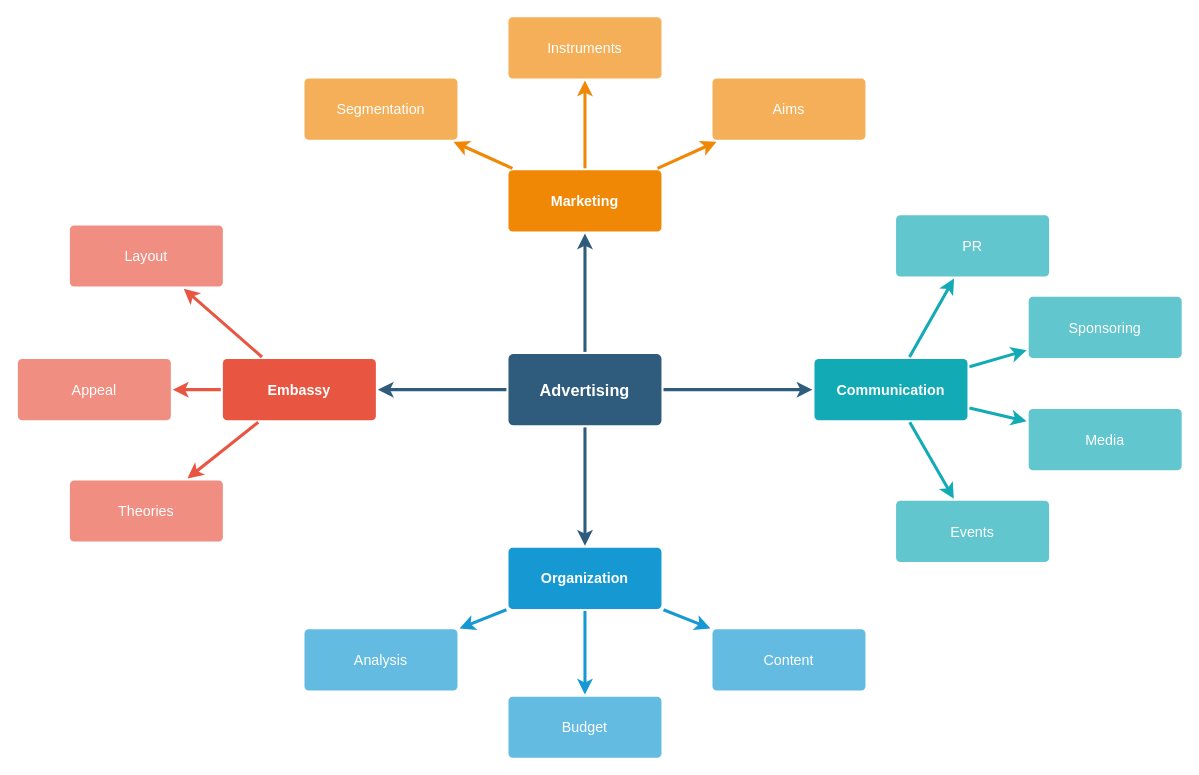
The draw.io diagram Untitled Diagram.drawio in anthonynwaweru/Book-List, before the edit. Source tidied: cells renumbered, new cells numbered last; positions are measured from the earlier drawing's top-left corner, leaving out a move shared by most shapes. Both pictures are drawn from the tidied source at 102%, with x=0, y=0 at pixel (17, 16).
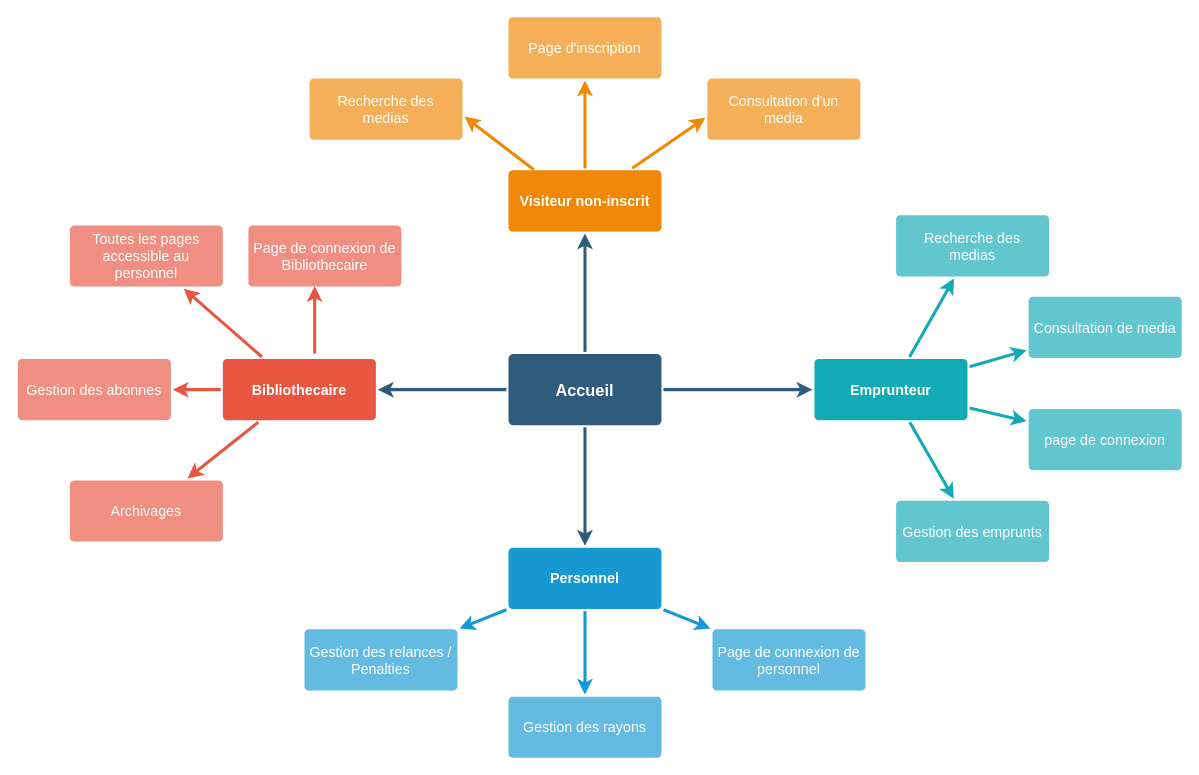
After the change.

Change to the diagram source:
```diff
@@
-    <mxCell id="6" value="Advertising" style="rounded=1;whiteSpace=wrap;html=1;shadow=0;labelBackgroundColor=none;strokeColor=none;strokeWidth=3;fillColor=#2F5B7C;fontFamily=Helvetica;fontSize=16;fontColor=#FFFFFF;align=center;fontStyle=1;spacing=5;arcSize=7;perimeterSpacing=2;" parent="1" vertex="1">
+    <mxCell id="6" value="Accueil" style="rounded=1;whiteSpace=wrap;html=1;shadow=0;labelBackgroundColor=none;strokeColor=none;strokeWidth=3;fillColor=#2F5B7C;fontFamily=Helvetica;fontSize=16;fontColor=#FFFFFF;align=center;fontStyle=1;spacing=5;arcSize=7;perimeterSpacing=2;" parent="1" vertex="1">
       <mxGeometry x="481" y="330.5" width="150" height="70" as="geometry" />
     </mxCell>
@@
-    <mxCell id="10" value="Embassy" style="rounded=1;whiteSpace=wrap;html=1;shadow=0;labelBackgroundColor=none;strokeColor=none;strokeWidth=3;fillColor=#e85642;fontFamily=Helvetica;fontSize=14;fontColor=#FFFFFF;align=center;spacing=5;fontStyle=1;arcSize=7;perimeterSpacing=2;" parent="1" vertex="1">
+    <mxCell id="10" value="Bibliothecaire" style="rounded=1;whiteSpace=wrap;html=1;shadow=0;labelBackgroundColor=none;strokeColor=none;strokeWidth=3;fillColor=#e85642;fontFamily=Helvetica;fontSize=14;fontColor=#FFFFFF;align=center;spacing=5;fontStyle=1;arcSize=7;perimeterSpacing=2;" parent="1" vertex="1">
       <mxGeometry x="201" y="335.5" width="150" height="60" as="geometry" />
     </mxCell>
-    <mxCell id="11" value="Theories" style="rounded=1;whiteSpace=wrap;html=1;shadow=0;labelBackgroundColor=none;strokeColor=none;strokeWidth=3;fillColor=#f08e81;fontFamily=Helvetica;fontSize=14;fontColor=#FFFFFF;align=center;spacing=5;fontStyle=0;arcSize=7;perimeterSpacing=2;" parent="1" vertex="1">
+    <mxCell id="11" value="Archivages" style="rounded=1;whiteSpace=wrap;html=1;shadow=0;labelBackgroundColor=none;strokeColor=none;strokeWidth=3;fillColor=#f08e81;fontFamily=Helvetica;fontSize=14;fontColor=#FFFFFF;align=center;spacing=5;fontStyle=0;arcSize=7;perimeterSpacing=2;" parent="1" vertex="1">
       <mxGeometry x="51" y="454.5" width="150" height="60" as="geometry" />
     </mxCell>
-    <mxCell id="12" value="Appeal" style="rounded=1;whiteSpace=wrap;html=1;shadow=0;labelBackgroundColor=none;strokeColor=none;strokeWidth=3;fillColor=#f08e81;fontFamily=Helvetica;fontSize=14;fontColor=#FFFFFF;align=center;spacing=5;fontStyle=0;arcSize=7;perimeterSpacing=2;" parent="1" vertex="1">
+    <mxCell id="12" value="Gestion des abonnes" style="rounded=1;whiteSpace=wrap;html=1;shadow=0;labelBackgroundColor=none;strokeColor=none;strokeWidth=3;fillColor=#f08e81;fontFamily=Helvetica;fontSize=14;fontColor=#FFFFFF;align=center;spacing=5;fontStyle=0;arcSize=7;perimeterSpacing=2;" parent="1" vertex="1">
       <mxGeometry y="335.5" width="150" height="60" as="geometry" />
     </mxCell>
-    <mxCell id="13" value="Layout" style="rounded=1;whiteSpace=wrap;html=1;shadow=0;labelBackgroundColor=none;strokeColor=none;strokeWidth=3;fillColor=#f08e81;fontFamily=Helvetica;fontSize=14;fontColor=#FFFFFF;align=center;spacing=5;fontStyle=0;arcSize=7;perimeterSpacing=2;" parent="1" vertex="1">
+    <mxCell id="13" value="Toutes les pages accessible au personnel" style="rounded=1;whiteSpace=wrap;html=1;shadow=0;labelBackgroundColor=none;strokeColor=none;strokeWidth=3;fillColor=#f08e81;fontFamily=Helvetica;fontSize=14;fontColor=#FFFFFF;align=center;spacing=5;fontStyle=0;arcSize=7;perimeterSpacing=2;" parent="1" vertex="1">
       <mxGeometry x="51" y="204.5" width="150" height="60" as="geometry" />
     </mxCell>
@@
-    <mxCell id="17" value="Organization" style="rounded=1;whiteSpace=wrap;html=1;shadow=0;labelBackgroundColor=none;strokeColor=none;strokeWidth=3;fillColor=#1699d3;fontFamily=Helvetica;fontSize=14;fontColor=#FFFFFF;align=center;spacing=5;fontStyle=1;arcSize=7;perimeterSpacing=2;" parent="1" vertex="1">
+    <mxCell id="17" value="Personnel" style="rounded=1;whiteSpace=wrap;html=1;shadow=0;labelBackgroundColor=none;strokeColor=none;strokeWidth=3;fillColor=#1699d3;fontFamily=Helvetica;fontSize=14;fontColor=#FFFFFF;align=center;spacing=5;fontStyle=1;arcSize=7;perimeterSpacing=2;" parent="1" vertex="1">
       <mxGeometry x="481" y="520.5" width="150" height="60" as="geometry" />
     </mxCell>
-    <mxCell id="18" value="Content" style="rounded=1;whiteSpace=wrap;html=1;shadow=0;labelBackgroundColor=none;strokeColor=none;strokeWidth=3;fillColor=#64bbe2;fontFamily=Helvetica;fontSize=14;fontColor=#FFFFFF;align=center;spacing=5;arcSize=7;perimeterSpacing=2;" parent="1" vertex="1">
+    <mxCell id="18" value="Page de connexion de personnel" style="rounded=1;whiteSpace=wrap;html=1;shadow=0;labelBackgroundColor=none;strokeColor=none;strokeWidth=3;fillColor=#64bbe2;fontFamily=Helvetica;fontSize=14;fontColor=#FFFFFF;align=center;spacing=5;arcSize=7;perimeterSpacing=2;" parent="1" vertex="1">
       <mxGeometry x="681" y="600.5" width="150" height="60" as="geometry" />
     </mxCell>
-    <mxCell id="19" value="Budget" style="rounded=1;whiteSpace=wrap;html=1;shadow=0;labelBackgroundColor=none;strokeColor=none;strokeWidth=3;fillColor=#64bbe2;fontFamily=Helvetica;fontSize=14;fontColor=#FFFFFF;align=center;spacing=5;arcSize=7;perimeterSpacing=2;" parent="1" vertex="1">
+    <mxCell id="19" value="Gestion des rayons" style="rounded=1;whiteSpace=wrap;html=1;shadow=0;labelBackgroundColor=none;strokeColor=none;strokeWidth=3;fillColor=#64bbe2;fontFamily=Helvetica;fontSize=14;fontColor=#FFFFFF;align=center;spacing=5;arcSize=7;perimeterSpacing=2;" parent="1" vertex="1">
       <mxGeometry x="481" y="666.5" width="150" height="60" as="geometry" />
     </mxCell>
-    <mxCell id="20" value="Analysis" style="rounded=1;whiteSpace=wrap;html=1;shadow=0;labelBackgroundColor=none;strokeColor=none;strokeWidth=3;fillColor=#64bbe2;fontFamily=Helvetica;fontSize=14;fontColor=#FFFFFF;align=center;spacing=5;arcSize=7;perimeterSpacing=2;" parent="1" vertex="1">
+    <mxCell id="20" value="Gestion des relances / Penalties" style="rounded=1;whiteSpace=wrap;html=1;shadow=0;labelBackgroundColor=none;strokeColor=none;strokeWidth=3;fillColor=#64bbe2;fontFamily=Helvetica;fontSize=14;fontColor=#FFFFFF;align=center;spacing=5;arcSize=7;perimeterSpacing=2;" parent="1" vertex="1">
       <mxGeometry x="281" y="600.5" width="150" height="60" as="geometry" />
     </mxCell>
-    <mxCell id="21" value="Marketing" style="rounded=1;whiteSpace=wrap;html=1;shadow=0;labelBackgroundColor=none;strokeColor=none;strokeWidth=3;fillColor=#F08705;fontFamily=Helvetica;fontSize=14;fontColor=#FFFFFF;align=center;spacing=5;fontStyle=1;arcSize=7;perimeterSpacing=2;" parent="1" vertex="1">
+    <mxCell id="21" value="Visiteur non-inscrit" style="rounded=1;whiteSpace=wrap;html=1;shadow=0;labelBackgroundColor=none;strokeColor=none;strokeWidth=3;fillColor=#F08705;fontFamily=Helvetica;fontSize=14;fontColor=#FFFFFF;align=center;spacing=5;fontStyle=1;arcSize=7;perimeterSpacing=2;" parent="1" vertex="1">
       <mxGeometry x="481" y="150.5" width="150" height="60" as="geometry" />
     </mxCell>
-    <mxCell id="22" value="Aims&lt;br&gt;" style="rounded=1;whiteSpace=wrap;html=1;shadow=0;labelBackgroundColor=none;strokeColor=none;strokeWidth=3;fillColor=#f5af58;fontFamily=Helvetica;fontSize=14;fontColor=#FFFFFF;align=center;spacing=5;arcSize=7;perimeterSpacing=2;" parent="1" vertex="1">
-      <mxGeometry x="681" y="60.5" width="150" height="60" as="geometry" />
-    </mxCell>
-    <mxCell id="23" style="edgeStyle=none;rounded=0;jumpStyle=none;html=1;shadow=0;labelBackgroundColor=none;startArrow=none;startFill=0;endArrow=classic;endFill=1;jettySize=auto;strokeColor=#F08705;strokeWidth=3;fontFamily=Helvetica;fontSize=14;fontColor=#FFFFFF;spacing=5;" parent="1" edge="1" source="21" target="22">
-      <mxGeometry relative="1" as="geometry" />
-    </mxCell>
-    <mxCell id="24" value="Instruments" style="rounded=1;whiteSpace=wrap;html=1;shadow=0;labelBackgroundColor=none;strokeColor=none;strokeWidth=3;fillColor=#f5af58;fontFamily=Helvetica;fontSize=14;fontColor=#FFFFFF;align=center;spacing=5;arcSize=7;perimeterSpacing=2;" parent="1" vertex="1">
+    <mxCell id="24" value="Page d'inscription" style="rounded=1;whiteSpace=wrap;html=1;shadow=0;labelBackgroundColor=none;strokeColor=none;strokeWidth=3;fillColor=#f5af58;fontFamily=Helvetica;fontSize=14;fontColor=#FFFFFF;align=center;spacing=5;arcSize=7;perimeterSpacing=2;" parent="1" vertex="1">
       <mxGeometry x="481" y="0.5" width="150" height="60" as="geometry" />
     </mxCell>
@@
-    <mxCell id="26" value="Segmentation" style="rounded=1;whiteSpace=wrap;html=1;shadow=0;labelBackgroundColor=none;strokeColor=none;strokeWidth=3;fillColor=#f5af58;fontFamily=Helvetica;fontSize=14;fontColor=#FFFFFF;align=center;spacing=5;arcSize=7;perimeterSpacing=2;" parent="1" vertex="1">
-      <mxGeometry x="281" y="60.5" width="150" height="60" as="geometry" />
-    </mxCell>
-    <mxCell id="27" style="edgeStyle=none;rounded=0;jumpStyle=none;html=1;shadow=0;labelBackgroundColor=none;startArrow=none;startFill=0;endArrow=classic;endFill=1;jettySize=auto;strokeColor=#F08705;strokeWidth=3;fontFamily=Helvetica;fontSize=14;fontColor=#FFFFFF;spacing=5;" parent="1" edge="1" source="21" target="26">
-      <mxGeometry relative="1" as="geometry" />
-    </mxCell>
-    <mxCell id="28" value="Communication" style="rounded=1;whiteSpace=wrap;html=1;shadow=0;labelBackgroundColor=none;strokeColor=none;strokeWidth=3;fillColor=#12aab5;fontFamily=Helvetica;fontSize=14;fontColor=#FFFFFF;align=center;spacing=5;fontStyle=1;arcSize=7;perimeterSpacing=2;" parent="1" vertex="1">
+    <mxCell id="28" value="Emprunteur" style="rounded=1;whiteSpace=wrap;html=1;shadow=0;labelBackgroundColor=none;strokeColor=none;strokeWidth=3;fillColor=#12aab5;fontFamily=Helvetica;fontSize=14;fontColor=#FFFFFF;align=center;spacing=5;fontStyle=1;arcSize=7;perimeterSpacing=2;" parent="1" vertex="1">
       <mxGeometry x="781" y="335.5" width="150" height="60" as="geometry" />
     </mxCell>
-    <mxCell id="29" value="Events" style="rounded=1;whiteSpace=wrap;html=1;shadow=0;labelBackgroundColor=none;strokeColor=none;strokeWidth=3;fillColor=#61c6ce;fontFamily=Helvetica;fontSize=14;fontColor=#FFFFFF;align=center;spacing=5;fontStyle=0;arcSize=7;perimeterSpacing=2;" parent="1" vertex="1">
+    <mxCell id="29" value="Gestion des emprunts" style="rounded=1;whiteSpace=wrap;html=1;shadow=0;labelBackgroundColor=none;strokeColor=none;strokeWidth=3;fillColor=#61c6ce;fontFamily=Helvetica;fontSize=14;fontColor=#FFFFFF;align=center;spacing=5;fontStyle=0;arcSize=7;perimeterSpacing=2;" parent="1" vertex="1">
       <mxGeometry x="861" y="474.5" width="150" height="60" as="geometry" />
     </mxCell>
@@
-    <mxCell id="31" value="Media" style="rounded=1;whiteSpace=wrap;html=1;shadow=0;labelBackgroundColor=none;strokeColor=none;strokeWidth=3;fillColor=#61c6ce;fontFamily=Helvetica;fontSize=14;fontColor=#FFFFFF;align=center;spacing=5;fontStyle=0;arcSize=7;perimeterSpacing=2;" parent="1" vertex="1">
+    <mxCell id="31" value="page de connexion" style="rounded=1;whiteSpace=wrap;html=1;shadow=0;labelBackgroundColor=none;strokeColor=none;strokeWidth=3;fillColor=#61c6ce;fontFamily=Helvetica;fontSize=14;fontColor=#FFFFFF;align=center;spacing=5;fontStyle=0;arcSize=7;perimeterSpacing=2;" parent="1" vertex="1">
       <mxGeometry x="991" y="384.5" width="150" height="60" as="geometry" />
     </mxCell>
@@
-    <mxCell id="33" value="Sponsoring" style="rounded=1;whiteSpace=wrap;html=1;shadow=0;labelBackgroundColor=none;strokeColor=none;strokeWidth=3;fillColor=#61c6ce;fontFamily=Helvetica;fontSize=14;fontColor=#FFFFFF;align=center;spacing=5;fontStyle=0;arcSize=7;perimeterSpacing=2;" parent="1" vertex="1">
+    <mxCell id="33" value="Consultation de media" style="rounded=1;whiteSpace=wrap;html=1;shadow=0;labelBackgroundColor=none;strokeColor=none;strokeWidth=3;fillColor=#61c6ce;fontFamily=Helvetica;fontSize=14;fontColor=#FFFFFF;align=center;spacing=5;fontStyle=0;arcSize=7;perimeterSpacing=2;" parent="1" vertex="1">
       <mxGeometry x="991" y="274.5" width="150" height="60" as="geometry" />
     </mxCell>
@@
-    <mxCell id="35" value="PR" style="rounded=1;whiteSpace=wrap;html=1;shadow=0;labelBackgroundColor=none;strokeColor=none;strokeWidth=3;fillColor=#61c6ce;fontFamily=Helvetica;fontSize=14;fontColor=#FFFFFF;align=center;spacing=5;fontStyle=0;arcSize=7;perimeterSpacing=2;" parent="1" vertex="1">
+    <mxCell id="35" value="Recherche des medias" style="rounded=1;whiteSpace=wrap;html=1;shadow=0;labelBackgroundColor=none;strokeColor=none;strokeWidth=3;fillColor=#61c6ce;fontFamily=Helvetica;fontSize=14;fontColor=#FFFFFF;align=center;spacing=5;fontStyle=0;arcSize=7;perimeterSpacing=2;" parent="1" vertex="1">
       <mxGeometry x="861" y="194.5" width="150" height="60" as="geometry" />
     </mxCell>
@@
+    <mxCell id="37" value="Page de connexion de Bibliothecaire" style="rounded=1;whiteSpace=wrap;html=1;shadow=0;labelBackgroundColor=none;strokeColor=none;strokeWidth=3;fillColor=#f08e81;fontFamily=Helvetica;fontSize=14;fontColor=#FFFFFF;align=center;spacing=5;fontStyle=0;arcSize=7;perimeterSpacing=2;" parent="1" vertex="1">
+      <mxGeometry x="226" y="204.5" width="150" height="60" as="geometry" />
+    </mxCell>
+    <mxCell id="38" style="edgeStyle=none;rounded=1;jumpStyle=none;html=1;shadow=0;labelBackgroundColor=none;startArrow=none;startFill=0;jettySize=auto;strokeColor=#E85642;strokeWidth=3;fontFamily=Helvetica;fontSize=14;fontColor=#FFFFFF;spacing=5;fontStyle=1;fillColor=#b0e3e6;entryX=0.435;entryY=0.961;entryDx=0;entryDy=0;entryPerimeter=0;" parent="1" edge="1" target="37">
+      <mxGeometry relative="1" as="geometry">
+        <mxPoint x="291" y="330" as="sourcePoint" />
+      </mxGeometry>
+    </mxCell>
+    <mxCell id="39" value="Consultation d'un media" style="rounded=1;whiteSpace=wrap;html=1;shadow=0;labelBackgroundColor=none;strokeColor=none;strokeWidth=3;fillColor=#f5af58;fontFamily=Helvetica;fontSize=14;fontColor=#FFFFFF;align=center;spacing=5;arcSize=7;perimeterSpacing=2;" parent="1" vertex="1">
+      <mxGeometry x="676" y="60.5" width="150" height="60" as="geometry" />
+    </mxCell>
+    <mxCell id="40" value="Recherche des medias" style="rounded=1;whiteSpace=wrap;html=1;shadow=0;labelBackgroundColor=none;strokeColor=none;strokeWidth=3;fillColor=#f5af58;fontFamily=Helvetica;fontSize=14;fontColor=#FFFFFF;align=center;spacing=5;arcSize=7;perimeterSpacing=2;" parent="1" vertex="1">
+      <mxGeometry x="286" y="60.5" width="150" height="60" as="geometry" />
+    </mxCell>
+    <mxCell id="41" style="edgeStyle=none;rounded=0;jumpStyle=none;html=1;shadow=0;labelBackgroundColor=none;startArrow=none;startFill=0;endArrow=classic;endFill=1;jettySize=auto;strokeColor=#F08705;strokeWidth=3;fontFamily=Helvetica;fontSize=14;fontColor=#FFFFFF;spacing=5;exitX=0.175;exitY=0.023;exitDx=0;exitDy=0;exitPerimeter=0;entryX=1;entryY=0.617;entryDx=0;entryDy=0;entryPerimeter=0;" parent="1" edge="1" source="21" target="40">
+      <mxGeometry relative="1" as="geometry" />
+    </mxCell>
+    <mxCell id="42" style="edgeStyle=none;rounded=0;jumpStyle=none;html=1;shadow=0;labelBackgroundColor=none;startArrow=none;startFill=0;endArrow=classic;endFill=1;jettySize=auto;strokeColor=#F08705;strokeWidth=3;fontFamily=Helvetica;fontSize=14;fontColor=#FFFFFF;spacing=5;entryX=0;entryY=0.633;entryDx=0;entryDy=0;entryPerimeter=0;" parent="1" edge="1" source="21" target="39">
+      <mxGeometry relative="1" as="geometry" />
+    </mxCell>
```
